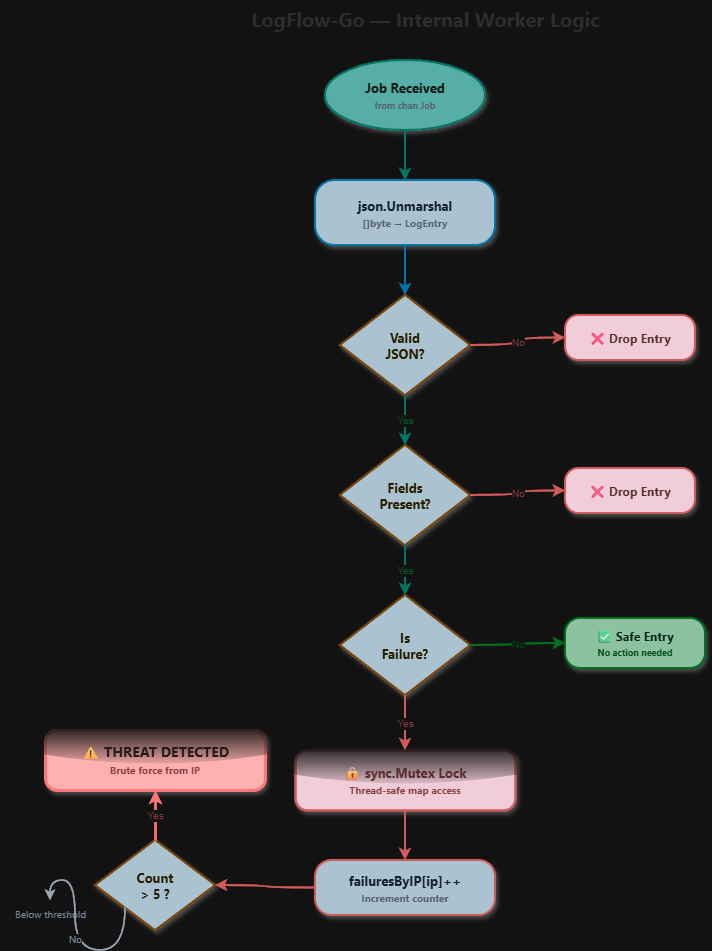
The draw.io diagram assets/logic_flow.png in theprideofwolves/logflow, before a commit. Source tidied: cells renumbered, new cells last; positions are measured from the earlier drawing's top-left corner, leaving out a move shared by most shapes.
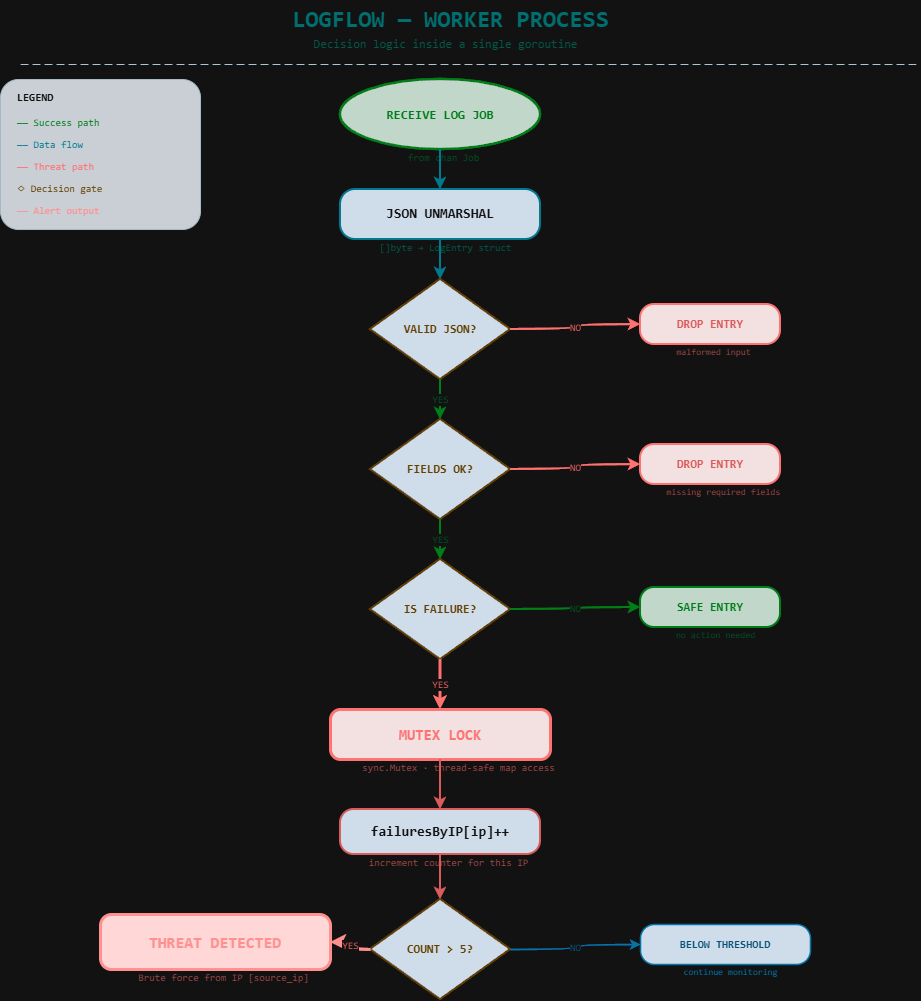
After the change.

Commit message:
Update: Added high-contrast diagrams and configured .gitignore

The edit, as a diff of the source:
```diff
@@ -2,83 +2,137 @@
   <root>
     <mxCell id="0" />
     <mxCell id="1" parent="0" />
-    <mxCell id="2" value="LogFlow-Go — Internal Worker Logic" style="text;html=1;align=center;verticalAlign=middle;strokeColor=none;fillColor=none;fontSize=20;fontColor=#e0e0e0;fontStyle=1;fontFamily=Segoe UI;" parent="1" vertex="1">
-      <mxGeometry x="225" width="400" height="35" as="geometry" />
-    </mxCell>
-    <mxCell id="3" value="Job Received&lt;br&gt;&lt;font style=&quot;font-size:9px;color:#94a3b8&quot;&gt;from chan Job&lt;/font&gt;" style="ellipse;whiteSpace=wrap;html=1;fillColor=#0f766e;strokeColor=#2dd4bf;strokeWidth=2;fontColor=#f0fdfa;fontSize=13;fontStyle=1;fontFamily=Segoe UI;shadow=1;" parent="1" vertex="1">
-      <mxGeometry x="325" y="60" width="160" height="70" as="geometry" />
-    </mxCell>
-    <mxCell id="4" value="json.Unmarshal&lt;br&gt;&lt;font style=&quot;font-size:10px;color:#94a3b8&quot;&gt;[]byte → LogEntry&lt;/font&gt;" style="rounded=1;whiteSpace=wrap;html=1;arcSize=30;fillColor=#1e3a4a;strokeColor=#38bdf8;strokeWidth=2;fontColor=#e0f2fe;fontSize=13;fontStyle=1;fontFamily=Segoe UI;shadow=1;" parent="1" vertex="1">
-      <mxGeometry x="315" y="180" width="180" height="65" as="geometry" />
-    </mxCell>
-    <mxCell id="5" style="edgeStyle=orthogonalEdgeStyle;curved=1;rounded=1;jettySize=auto;html=1;strokeColor=#2dd4bf;strokeWidth=2;" parent="1" edge="1" source="3" target="4">
-      <mxGeometry relative="1" as="geometry" />
-    </mxCell>
-    <mxCell id="6" value="Valid&lt;br&gt;JSON?" style="rhombus;whiteSpace=wrap;html=1;fillColor=#1e3a4a;strokeColor=#fbbf24;strokeWidth=2;fontColor=#fef3c7;fontSize=13;fontStyle=1;fontFamily=Segoe UI;shadow=1;arcSize=14;" parent="1" vertex="1">
-      <mxGeometry x="340" y="295" width="130" height="100" as="geometry" />
-    </mxCell>
-    <mxCell id="7" style="edgeStyle=orthogonalEdgeStyle;curved=1;rounded=1;jettySize=auto;html=1;strokeColor=#38bdf8;strokeWidth=2;" parent="1" edge="1" source="4" target="6">
-      <mxGeometry relative="1" as="geometry" />
-    </mxCell>
-    <mxCell id="8" value="❌ Drop Entry" style="rounded=1;whiteSpace=wrap;html=1;arcSize=30;fillColor=#3b1320;strokeColor=#f87171;strokeWidth=2;fontColor=#fecaca;fontSize=12;fontStyle=1;fontFamily=Segoe UI;shadow=1;" parent="1" vertex="1">
-      <mxGeometry x="565" y="315" width="130" height="45" as="geometry" />
-    </mxCell>
-    <mxCell id="9" value="No" style="edgeStyle=orthogonalEdgeStyle;curved=1;rounded=1;jettySize=auto;html=1;strokeColor=#f87171;strokeWidth=2;fontColor=#fca5a5;fontSize=10;exitX=1;exitY=0.5;exitDx=0;exitDy=0;" parent="1" edge="1" source="6" target="8">
-      <mxGeometry relative="1" as="geometry" />
-    </mxCell>
-    <mxCell id="10" value="Fields&lt;br&gt;Present?" style="rhombus;whiteSpace=wrap;html=1;fillColor=#1e3a4a;strokeColor=#fbbf24;strokeWidth=2;fontColor=#fef3c7;fontSize=13;fontStyle=1;fontFamily=Segoe UI;shadow=1;arcSize=14;" parent="1" vertex="1">
-      <mxGeometry x="340" y="445" width="130" height="100" as="geometry" />
-    </mxCell>
-    <mxCell id="11" value="Yes" style="edgeStyle=orthogonalEdgeStyle;curved=1;rounded=1;jettySize=auto;html=1;strokeColor=#2dd4bf;strokeWidth=2;fontColor=#6ee7b7;fontSize=10;" parent="1" edge="1" source="6" target="10">
-      <mxGeometry relative="1" as="geometry" />
-    </mxCell>
-    <mxCell id="12" value="❌ Drop Entry" style="rounded=1;whiteSpace=wrap;html=1;arcSize=30;fillColor=#3b1320;strokeColor=#f87171;strokeWidth=2;fontColor=#fecaca;fontSize=12;fontStyle=1;fontFamily=Segoe UI;shadow=1;" parent="1" vertex="1">
-      <mxGeometry x="565" y="468" width="130" height="45" as="geometry" />
-    </mxCell>
-    <mxCell id="13" value="No" style="edgeStyle=orthogonalEdgeStyle;curved=1;rounded=1;jettySize=auto;html=1;strokeColor=#f87171;strokeWidth=2;fontColor=#fca5a5;fontSize=10;exitX=1;exitY=0.5;exitDx=0;exitDy=0;" parent="1" edge="1" source="10" target="12">
-      <mxGeometry relative="1" as="geometry" />
-    </mxCell>
-    <mxCell id="14" value="Is&lt;br&gt;Failure?" style="rhombus;whiteSpace=wrap;html=1;fillColor=#1e3a4a;strokeColor=#fbbf24;strokeWidth=2;fontColor=#fef3c7;fontSize=13;fontStyle=1;fontFamily=Segoe UI;shadow=1;arcSize=14;" parent="1" vertex="1">
-      <mxGeometry x="340" y="595" width="130" height="100" as="geometry" />
-    </mxCell>
-    <mxCell id="15" value="Yes" style="edgeStyle=orthogonalEdgeStyle;curved=1;rounded=1;jettySize=auto;html=1;strokeColor=#2dd4bf;strokeWidth=2;fontColor=#6ee7b7;fontSize=10;" parent="1" edge="1" source="10" target="14">
-      <mxGeometry relative="1" as="geometry" />
-    </mxCell>
-    <mxCell id="16" value="✅ Safe Entry&lt;br&gt;&lt;font style=&quot;font-size:9px;color:#86efac&quot;&gt;No action needed&lt;/font&gt;" style="rounded=1;whiteSpace=wrap;html=1;arcSize=30;fillColor=#14532d;strokeColor=#4ade80;strokeWidth=2;fontColor=#dcfce7;fontSize=12;fontStyle=1;fontFamily=Segoe UI;shadow=1;" parent="1" vertex="1">
-      <mxGeometry x="565" y="618" width="140" height="50" as="geometry" />
-    </mxCell>
-    <mxCell id="17" value="No" style="edgeStyle=orthogonalEdgeStyle;curved=1;rounded=1;jettySize=auto;html=1;strokeColor=#4ade80;strokeWidth=2;fontColor=#86efac;fontSize=10;exitX=1;exitY=0.5;exitDx=0;exitDy=0;" parent="1" edge="1" source="14" target="16">
-      <mxGeometry relative="1" as="geometry" />
-    </mxCell>
-    <mxCell id="18" value="🔒 sync.Mutex Lock&lt;br&gt;&lt;font style=&quot;font-size:10px;color:#fca5a5&quot;&gt;Thread-safe map access&lt;/font&gt;" style="rounded=1;whiteSpace=wrap;html=1;arcSize=20;fillColor=#3b1320;strokeColor=#f87171;strokeWidth=2.5;fontColor=#fecaca;fontSize=13;fontStyle=1;fontFamily=Segoe UI;shadow=1;glass=1;" parent="1" vertex="1">
-      <mxGeometry x="295" y="750" width="220" height="60" as="geometry" />
-    </mxCell>
-    <mxCell id="19" value="Yes" style="edgeStyle=orthogonalEdgeStyle;curved=1;rounded=1;jettySize=auto;html=1;strokeColor=#f87171;strokeWidth=2;fontColor=#fca5a5;fontSize=10;" parent="1" edge="1" source="14" target="18">
-      <mxGeometry relative="1" as="geometry" />
-    </mxCell>
-    <mxCell id="20" value="failuresByIP[ip]++&lt;br&gt;&lt;font style=&quot;font-size:10px;color:#94a3b8&quot;&gt;Increment counter&lt;/font&gt;" style="rounded=1;whiteSpace=wrap;html=1;arcSize=30;fillColor=#1e3a4a;strokeColor=#f87171;strokeWidth=2;fontColor=#e0f2fe;fontSize=13;fontStyle=1;fontFamily=Segoe UI;shadow=1;" parent="1" vertex="1">
-      <mxGeometry x="315" y="860" width="180" height="55" as="geometry" />
-    </mxCell>
-    <mxCell id="21" style="edgeStyle=orthogonalEdgeStyle;curved=1;rounded=1;jettySize=auto;html=1;strokeColor=#f87171;strokeWidth=2;" parent="1" edge="1" source="18" target="20">
-      <mxGeometry relative="1" as="geometry" />
-    </mxCell>
-    <mxCell id="22" value="Count&lt;br&gt;&amp;gt; 5 ?" style="rhombus;whiteSpace=wrap;html=1;fillColor=#1e3a4a;strokeColor=#fbbf24;strokeWidth=2;fontColor=#fef3c7;fontSize=13;fontStyle=1;fontFamily=Segoe UI;shadow=1;arcSize=14;" parent="1" vertex="1">
-      <mxGeometry x="95" y="840" width="120" height="90" as="geometry" />
-    </mxCell>
-    <mxCell id="23" style="edgeStyle=orthogonalEdgeStyle;curved=1;rounded=1;jettySize=auto;html=1;strokeColor=#f87171;strokeWidth=2;" parent="1" edge="1" source="20" target="22">
-      <mxGeometry relative="1" as="geometry" />
-    </mxCell>
-    <mxCell id="24" value="⚠️ THREAT DETECTED&lt;br&gt;&lt;font style=&quot;font-size:10px;color:#fca5a5&quot;&gt;Brute force from IP&lt;/font&gt;" style="rounded=1;whiteSpace=wrap;html=1;arcSize=20;fillColor=#7f1d1d;strokeColor=#ef4444;strokeWidth=3;fontColor=#fef2f2;fontSize=14;fontStyle=1;fontFamily=Segoe UI;shadow=1;glass=1;" parent="1" vertex="1">
-      <mxGeometry x="45" y="730" width="220" height="60" as="geometry" />
-    </mxCell>
-    <mxCell id="25" value="Yes" style="edgeStyle=orthogonalEdgeStyle;curved=1;rounded=1;jettySize=auto;html=1;strokeColor=#ef4444;strokeWidth=2.5;fontColor=#fca5a5;fontSize=10;" parent="1" edge="1" source="22" target="24">
-      <mxGeometry relative="1" as="geometry" />
-    </mxCell>
-    <mxCell id="26" value="Below threshold" style="text;html=1;align=center;verticalAlign=middle;points=[];strokeColor=none;fillColor=none;fontSize=10;fontColor=#64748b;fontFamily=Segoe UI;" parent="1" vertex="1">
-      <mxGeometry y="900" width="100" height="25" as="geometry" />
-    </mxCell>
-    <mxCell id="27" value="No" style="edgeStyle=orthogonalEdgeStyle;curved=1;rounded=1;jettySize=auto;html=1;strokeColor=#475569;strokeWidth=1.5;fontColor=#64748b;fontSize=10;exitX=0;exitY=1;exitDx=0;exitDy=0;" parent="1" edge="1" source="22" target="26">
-      <mxGeometry relative="1" as="geometry" />
-    </mxCell>
+    <mxCell id="28" value="LOGFLOW — WORKER PROCESS" style="text;html=1;align=center;verticalAlign=middle;strokeColor=none;fillColor=none;fontSize=24;fontColor=#00FFFF;fontStyle=1;fontFamily=Consolas;" parent="1" vertex="1">
+      <mxGeometry x="225" width="420" height="40" as="geometry" />
+    </mxCell>
+    <mxCell id="29" value="Decision logic inside a single goroutine" style="text;html=1;align=center;verticalAlign=middle;strokeColor=none;fillColor=none;fontSize=12;fontColor=#5EEAD4;fontStyle=0;fontFamily=Consolas;" parent="1" vertex="1">
+      <mxGeometry x="280" y="35" width="300" height="20" as="geometry" />
+    </mxCell>
+    <mxCell id="30" style="line;strokeColor=#1a3a4a;strokeWidth=1;fillColor=none;dashed=1;dashPattern=8 4;" parent="1" vertex="1">
+      <mxGeometry x="5" y="60" width="900" height="10" as="geometry" />
+    </mxCell>
+    <mxCell id="31" value="RECEIVE LOG JOB" style="ellipse;whiteSpace=wrap;html=1;fillColor=#0d2818;strokeColor=#00FF88;strokeWidth=2.5;fontColor=#00FF88;fontSize=13;fontStyle=1;fontFamily=Consolas;" parent="1" vertex="1">
+      <mxGeometry x="325" y="80" width="200" height="70" as="geometry" />
+    </mxCell>
+    <mxCell id="32" value="from chan Job" style="text;html=1;align=center;verticalAlign=middle;strokeColor=none;fillColor=none;fontSize=10;fontColor=#66FFCC;fontFamily=Consolas;" parent="1" vertex="1">
+      <mxGeometry x="380" y="150" width="95" height="15" as="geometry" />
+    </mxCell>
+    <mxCell id="33" value="JSON UNMARSHAL" style="rounded=1;whiteSpace=wrap;html=1;arcSize=30;fillColor=#0a1929;strokeColor=#00E5FF;strokeWidth=2;fontColor=#FFFFFF;fontSize=14;fontStyle=1;fontFamily=Consolas;" parent="1" vertex="1">
+      <mxGeometry x="325" y="190" width="200" height="50" as="geometry" />
+    </mxCell>
+    <mxCell id="34" value="[]byte → LogEntry struct" style="text;html=1;align=center;verticalAlign=middle;strokeColor=none;fillColor=none;fontSize=10;fontColor=#5EEAD4;fontFamily=Consolas;" parent="1" vertex="1">
+      <mxGeometry x="350" y="240" width="160" height="15" as="geometry" />
+    </mxCell>
+    <mxCell id="35" style="edgeStyle=orthogonalEdgeStyle;curved=1;rounded=1;jettySize=auto;html=1;strokeColor=#00E5FF;strokeWidth=2;" parent="1" edge="1" source="31" target="33">
+      <mxGeometry relative="1" as="geometry" />
+    </mxCell>
+    <mxCell id="36" value="VALID JSON?" style="rhombus;whiteSpace=wrap;html=1;fillColor=#0a1929;strokeColor=#FFD600;strokeWidth=2;fontColor=#FFD600;fontSize=12;fontStyle=1;fontFamily=Consolas;arcSize=14;" parent="1" vertex="1">
+      <mxGeometry x="355" y="280" width="140" height="100" as="geometry" />
+    </mxCell>
+    <mxCell id="37" style="edgeStyle=orthogonalEdgeStyle;curved=1;rounded=1;jettySize=auto;html=1;strokeColor=#00E5FF;strokeWidth=2;" parent="1" edge="1" source="33" target="36">
+      <mxGeometry relative="1" as="geometry" />
+    </mxCell>
+    <mxCell id="38" value="DROP ENTRY" style="rounded=1;whiteSpace=wrap;html=1;arcSize=35;fillColor=#1a0505;strokeColor=#FF3D3D;strokeWidth=2;fontColor=#FF6B6B;fontSize=12;fontStyle=1;fontFamily=Consolas;" parent="1" vertex="1">
+      <mxGeometry x="625" y="305" width="140" height="40" as="geometry" />
+    </mxCell>
+    <mxCell id="39" value="malformed input" style="text;html=1;align=center;verticalAlign=middle;strokeColor=none;fillColor=none;fontSize=9;fontColor=#FF9999;fontFamily=Consolas;" parent="1" vertex="1">
+      <mxGeometry x="645" y="345" width="105" height="15" as="geometry" />
+    </mxCell>
+    <mxCell id="40" value="NO" style="edgeStyle=orthogonalEdgeStyle;curved=1;rounded=1;jettySize=auto;html=1;strokeColor=#FF3D3D;strokeWidth=2;fontColor=#FF6B6B;fontSize=10;fontFamily=Consolas;exitX=1;exitY=0.5;exitDx=0;exitDy=0;" parent="1" edge="1" source="36" target="38">
+      <mxGeometry relative="1" as="geometry" />
+    </mxCell>
+    <mxCell id="41" value="FIELDS OK?" style="rhombus;whiteSpace=wrap;html=1;fillColor=#0a1929;strokeColor=#FFD600;strokeWidth=2;fontColor=#FFD600;fontSize=12;fontStyle=1;fontFamily=Consolas;arcSize=14;" parent="1" vertex="1">
+      <mxGeometry x="355" y="420" width="140" height="100" as="geometry" />
+    </mxCell>
+    <mxCell id="42" value="YES" style="edgeStyle=orthogonalEdgeStyle;curved=1;rounded=1;jettySize=auto;html=1;strokeColor=#00FF88;strokeWidth=2;fontColor=#66FFCC;fontSize=10;fontFamily=Consolas;" parent="1" edge="1" source="36" target="41">
+      <mxGeometry relative="1" as="geometry" />
+    </mxCell>
+    <mxCell id="43" value="DROP ENTRY" style="rounded=1;whiteSpace=wrap;html=1;arcSize=35;fillColor=#1a0505;strokeColor=#FF3D3D;strokeWidth=2;fontColor=#FF6B6B;fontSize=12;fontStyle=1;fontFamily=Consolas;" parent="1" vertex="1">
+      <mxGeometry x="625" y="445" width="140" height="40" as="geometry" />
+    </mxCell>
+    <mxCell id="44" value="missing required fields" style="text;html=1;align=center;verticalAlign=middle;strokeColor=none;fillColor=none;fontSize=9;fontColor=#FF9999;fontFamily=Consolas;" parent="1" vertex="1">
+      <mxGeometry x="635" y="485" width="145" height="15" as="geometry" />
+    </mxCell>
+    <mxCell id="45" value="NO" style="edgeStyle=orthogonalEdgeStyle;curved=1;rounded=1;jettySize=auto;html=1;strokeColor=#FF3D3D;strokeWidth=2;fontColor=#FF6B6B;fontSize=10;fontFamily=Consolas;exitX=1;exitY=0.5;exitDx=0;exitDy=0;" parent="1" edge="1" source="41" target="43">
+      <mxGeometry relative="1" as="geometry" />
+    </mxCell>
+    <mxCell id="46" value="IS FAILURE?" style="rhombus;whiteSpace=wrap;html=1;fillColor=#0a1929;strokeColor=#FFD600;strokeWidth=2;fontColor=#FFD600;fontSize=12;fontStyle=1;fontFamily=Consolas;arcSize=14;" parent="1" vertex="1">
+      <mxGeometry x="355" y="560" width="140" height="100" as="geometry" />
+    </mxCell>
+    <mxCell id="47" value="YES" style="edgeStyle=orthogonalEdgeStyle;curved=1;rounded=1;jettySize=auto;html=1;strokeColor=#00FF88;strokeWidth=2;fontColor=#66FFCC;fontSize=10;fontFamily=Consolas;" parent="1" edge="1" source="41" target="46">
+      <mxGeometry relative="1" as="geometry" />
+    </mxCell>
+    <mxCell id="48" value="SAFE ENTRY" style="rounded=1;whiteSpace=wrap;html=1;arcSize=35;fillColor=#0d2818;strokeColor=#00FF88;strokeWidth=2;fontColor=#00FF88;fontSize=12;fontStyle=1;fontFamily=Consolas;" parent="1" vertex="1">
+      <mxGeometry x="625" y="588" width="140" height="40" as="geometry" />
+    </mxCell>
+    <mxCell id="49" value="no action needed" style="text;html=1;align=center;verticalAlign=middle;strokeColor=none;fillColor=none;fontSize=9;fontColor=#66FFCC;fontFamily=Consolas;" parent="1" vertex="1">
+      <mxGeometry x="645" y="628" width="110" height="15" as="geometry" />
+    </mxCell>
+    <mxCell id="50" value="NO" style="edgeStyle=orthogonalEdgeStyle;curved=1;rounded=1;jettySize=auto;html=1;strokeColor=#00FF88;strokeWidth=2;fontColor=#66FFCC;fontSize=10;fontFamily=Consolas;exitX=1;exitY=0.5;exitDx=0;exitDy=0;" parent="1" edge="1" source="46" target="48">
+      <mxGeometry relative="1" as="geometry" />
+    </mxCell>
+    <mxCell id="51" value="MUTEX LOCK" style="rounded=1;whiteSpace=wrap;html=1;arcSize=20;fillColor=#1a0505;strokeColor=#FF3D3D;strokeWidth=3;fontColor=#FF3D3D;fontSize=15;fontStyle=1;fontFamily=Consolas;" parent="1" vertex="1">
+      <mxGeometry x="315" y="710" width="220" height="50" as="geometry" />
+    </mxCell>
+    <mxCell id="52" value="sync.Mutex · thread-safe map access" style="text;html=1;align=center;verticalAlign=middle;strokeColor=none;fillColor=none;fontSize=10;fontColor=#FF9999;fontFamily=Consolas;" parent="1" vertex="1">
+      <mxGeometry x="320" y="760" width="245" height="15" as="geometry" />
+    </mxCell>
+    <mxCell id="53" value="YES" style="edgeStyle=orthogonalEdgeStyle;curved=1;rounded=1;jettySize=auto;html=1;strokeColor=#FF3D3D;strokeWidth=2.5;fontColor=#FF6B6B;fontSize=10;fontFamily=Consolas;" parent="1" edge="1" source="46" target="51">
+      <mxGeometry relative="1" as="geometry" />
+    </mxCell>
+    <mxCell id="54" value="failuresByIP[ip]++" style="rounded=1;whiteSpace=wrap;html=1;arcSize=30;fillColor=#0a1929;strokeColor=#FF6B6B;strokeWidth=2;fontColor=#FFFFFF;fontSize=14;fontStyle=1;fontFamily=Consolas;" parent="1" vertex="1">
+      <mxGeometry x="325" y="810" width="200" height="45" as="geometry" />
+    </mxCell>
+    <mxCell id="55" value="increment counter for this IP" style="text;html=1;align=center;verticalAlign=middle;strokeColor=none;fillColor=none;fontSize=10;fontColor=#FF9999;fontFamily=Consolas;" parent="1" vertex="1">
+      <mxGeometry x="335" y="855" width="195" height="15" as="geometry" />
+    </mxCell>
+    <mxCell id="56" style="edgeStyle=orthogonalEdgeStyle;curved=1;rounded=1;jettySize=auto;html=1;strokeColor=#FF6B6B;strokeWidth=2;" parent="1" edge="1" source="51" target="54">
+      <mxGeometry relative="1" as="geometry" />
+    </mxCell>
+    <mxCell id="57" value="COUNT &gt; 5?" style="rhombus;whiteSpace=wrap;html=1;fillColor=#0a1929;strokeColor=#FFD600;strokeWidth=2;fontColor=#FFD600;fontSize=12;fontStyle=1;fontFamily=Consolas;arcSize=14;" parent="1" vertex="1">
+      <mxGeometry x="355" y="900" width="140" height="100" as="geometry" />
+    </mxCell>
+    <mxCell id="58" style="edgeStyle=orthogonalEdgeStyle;curved=1;rounded=1;jettySize=auto;html=1;strokeColor=#FF6B6B;strokeWidth=2;" parent="1" edge="1" source="54" target="57">
+      <mxGeometry relative="1" as="geometry" />
+    </mxCell>
+    <mxCell id="59" value="BELOW THRESHOLD" style="rounded=1;whiteSpace=wrap;html=1;arcSize=35;fillColor=#0a1929;strokeColor=#38BDF8;strokeWidth=1.5;fontColor=#7DD3FC;fontSize=11;fontStyle=1;fontFamily=Consolas;" parent="1" vertex="1">
+      <mxGeometry x="625" y="925" width="170" height="40" as="geometry" />
+    </mxCell>
+    <mxCell id="60" value="continue monitoring" style="text;html=1;align=center;verticalAlign=middle;strokeColor=none;fillColor=none;fontSize=9;fontColor=#38BDF8;fontFamily=Consolas;" parent="1" vertex="1">
+      <mxGeometry x="650" y="965" width="130" height="15" as="geometry" />
+    </mxCell>
+    <mxCell id="61" value="NO" style="edgeStyle=orthogonalEdgeStyle;curved=1;rounded=1;jettySize=auto;html=1;strokeColor=#38BDF8;strokeWidth=1.5;fontColor=#7DD3FC;fontSize=10;fontFamily=Consolas;exitX=1;exitY=0.5;exitDx=0;exitDy=0;" parent="1" edge="1" source="57" target="59">
+      <mxGeometry relative="1" as="geometry" />
+    </mxCell>
+    <mxCell id="62" value="THREAT DETECTED" style="rounded=1;whiteSpace=wrap;html=1;arcSize=20;fillColor=#3b0000;strokeColor=#FF0000;strokeWidth=3;fontColor=#FF0000;fontSize=16;fontStyle=1;fontFamily=Consolas;" parent="1" vertex="1">
+      <mxGeometry x="85" y="915" width="230" height="55" as="geometry" />
+    </mxCell>
+    <mxCell id="63" value="Brute force from IP [source_ip]" style="text;html=1;align=center;verticalAlign=middle;strokeColor=none;fillColor=none;fontSize=10;fontColor=#FF9999;fontFamily=Consolas;" parent="1" vertex="1">
+      <mxGeometry x="105" y="970" width="205" height="15" as="geometry" />
+    </mxCell>
+    <mxCell id="64" value="YES" style="edgeStyle=orthogonalEdgeStyle;curved=1;rounded=1;jettySize=auto;html=1;strokeColor=#FF0000;strokeWidth=3;fontColor=#FF6B6B;fontSize=10;fontFamily=Consolas;exitX=0;exitY=0.5;exitDx=0;exitDy=0;" parent="1" edge="1" source="57" target="62">
+      <mxGeometry relative="1" as="geometry" />
+    </mxCell>
+    <mxCell id="65" style="rounded=1;whiteSpace=wrap;html=1;arcSize=12;fillColor=#050d14;strokeColor=#1e3a4a;strokeWidth=1;opacity=90;" parent="1" vertex="1">
+      <mxGeometry x="-15" y="80" width="200" height="150" as="geometry" />
+    </mxCell>
+    <mxCell id="66" value="LEGEND" style="text;html=1;align=left;verticalAlign=middle;strokeColor=none;fillColor=none;fontSize=11;fontColor=#FFFFFF;fontStyle=1;fontFamily=Consolas;" parent="1" vertex="1">
+      <mxGeometry y="88" width="70" height="20" as="geometry" />
+    </mxCell>
+    <mxCell id="67" value="——  Success path" style="text;html=1;align=left;verticalAlign=middle;strokeColor=none;fillColor=none;fontSize=10;fontColor=#00FF88;fontFamily=Consolas;" parent="1" vertex="1">
+      <mxGeometry y="115" width="140" height="15" as="geometry" />
+    </mxCell>
+    <mxCell id="68" value="——  Data flow" style="text;html=1;align=left;verticalAlign=middle;strokeColor=none;fillColor=none;fontSize=10;fontColor=#00E5FF;fontFamily=Consolas;" parent="1" vertex="1">
+      <mxGeometry y="137" width="110" height="15" as="geometry" />
+    </mxCell>
+    <mxCell id="69" value="——  Threat path" style="text;html=1;align=left;verticalAlign=middle;strokeColor=none;fillColor=none;fontSize=10;fontColor=#FF3D3D;fontFamily=Consolas;" parent="1" vertex="1">
+      <mxGeometry y="159" width="120" height="15" as="geometry" />
+    </mxCell>
+    <mxCell id="70" value="◇   Decision gate" style="text;html=1;align=left;verticalAlign=middle;strokeColor=none;fillColor=none;fontSize=10;fontColor=#FFD600;fontFamily=Consolas;" parent="1" vertex="1">
+      <mxGeometry y="181" width="140" height="15" as="geometry" />
+    </mxCell>
+    <mxCell id="71" value="——  Alert output" style="text;html=1;align=left;verticalAlign=middle;strokeColor=none;fillColor=none;fontSize=10;fontColor=#FF0000;fontFamily=Consolas;" parent="1" vertex="1">
+      <mxGeometry y="203" width="130" height="15" as="geometry" />
+    </mxCell>
   </root>
 </mxGraphModel>
```
